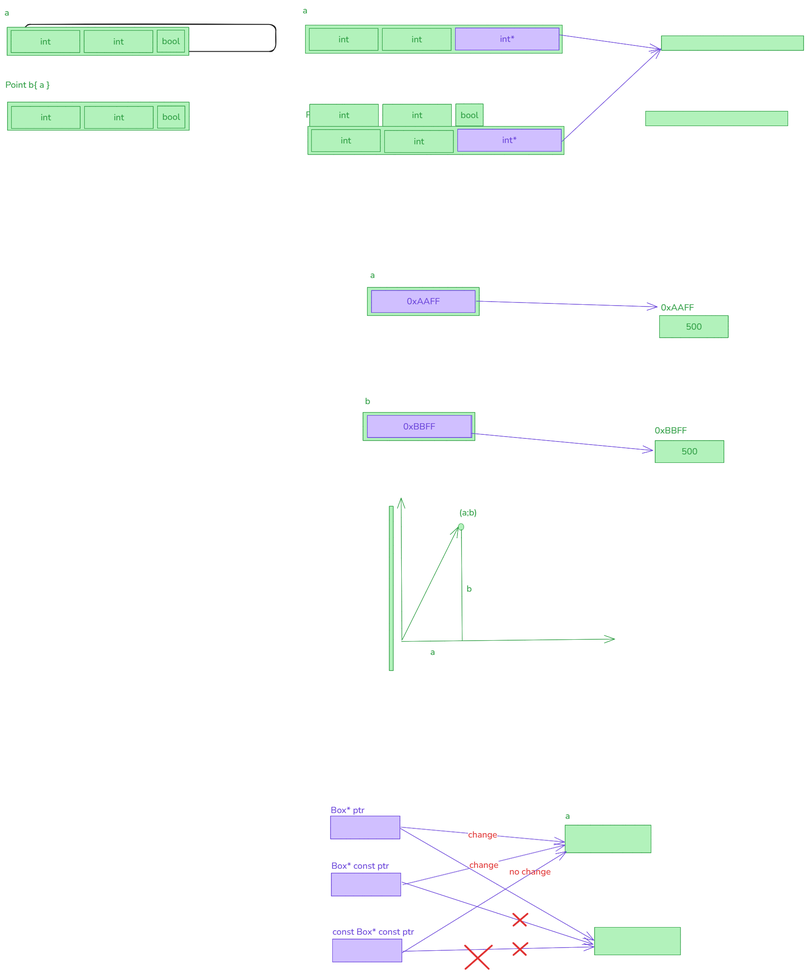
Earlier version of the Excalidraw export img/07.copy_ctor.excalidraw.png (silvercodes/P42_cpp_oop). Source tidied: one line per element, renumbered; positions are measured from the earlier drawing's top-left corner, leaving out a move shared by most shapes.
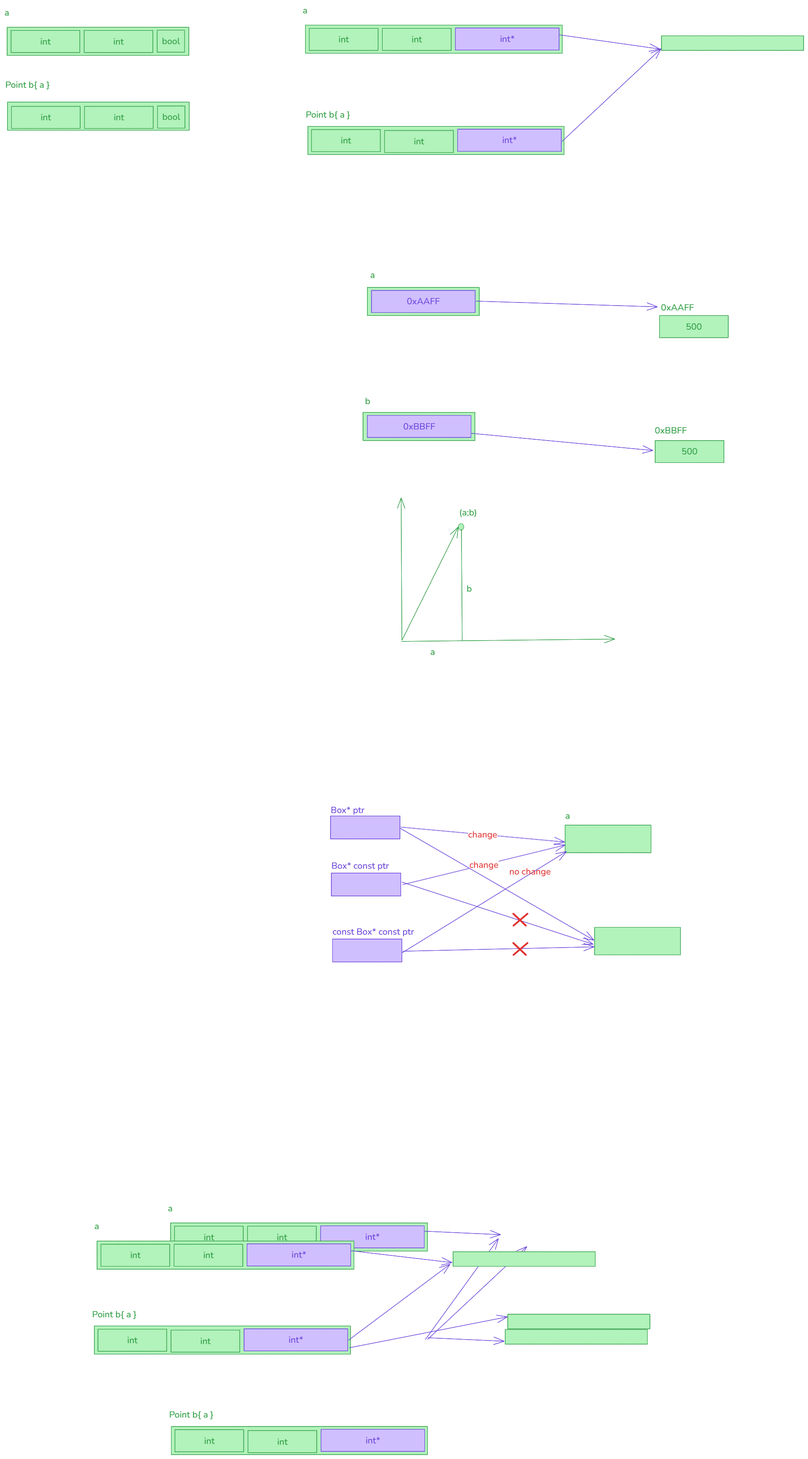
Above is the later version.

What changed in the source:
```diff
@@ -79,3 +79,21 @@
 {"id": 78, "type": "line", "strokeColor": "#e03131", "backgroundColor": "#ffc9c9", "fillStyle": "solid", "strokeWidth": 4, "roughness": 0, "x": 1174, "y": 2107, "width": 32, "height": 27, "points": [[0, 0], [-32, 27]]}
 {"id": 79, "type": "line", "strokeColor": "#e03131", "backgroundColor": "#ffc9c9", "fillStyle": "solid", "strokeWidth": 4, "roughness": 0, "x": 1142, "y": 2107, "width": 28, "height": 27, "points": [[0, 0], [28, 27]]}
 {"id": 80, "type": "text", "text": "no change", "strokeColor": "#e03131", "backgroundColor": "#ffc9c9", "fillStyle": "solid", "strokeWidth": 1, "roughness": 0, "fontSize": 20, "fontFamily": 6, "x": 1133, "y": 1933, "width": 93, "height": 27}
+{"id": 81, "type": "text", "text": "Point b{ a }", "strokeColor": "#2f9e44", "backgroundColor": "#b2f2bb", "fillStyle": "solid", "strokeWidth": 1, "roughness": 0, "fontSize": 20, "fontFamily": 6, "x": 197, "y": 2927, "width": 100, "height": 27}
+{"id": 82, "type": "rectangle", "strokeColor": "#2f9e44", "backgroundColor": "#b2f2bb", "fillStyle": "solid", "strokeWidth": 1, "roughness": 0, "x": 202, "y": 2966, "width": 575, "height": 63}
+{"id": 83, "type": "rectangle", "strokeColor": "#2f9e44", "backgroundColor": "#b2f2bb", "fillStyle": "solid", "strokeWidth": 1, "roughness": 0, "x": 210, "y": 2974, "width": 154, "height": 50}
+{"id": 84, "type": "text", "text": "int", "strokeColor": "#2f9e44", "backgroundColor": "#b2f2bb", "fillStyle": "solid", "strokeWidth": 1, "roughness": 0, "fontSize": 20, "fontFamily": 6, "textAlign": "center", "verticalAlign": "middle", "inside": 83, "x": 275, "y": 2985, "width": 23, "height": 27}
+{"id": 85, "type": "rectangle", "strokeColor": "#2f9e44", "backgroundColor": "#b2f2bb", "fillStyle": "solid", "strokeWidth": 1, "roughness": 0, "x": 374, "y": 2976, "width": 154, "height": 50}
+{"id": 86, "type": "text", "text": "int", "strokeColor": "#2f9e44", "backgroundColor": "#b2f2bb", "fillStyle": "solid", "strokeWidth": 1, "roughness": 0, "fontSize": 20, "fontFamily": 6, "textAlign": "center", "verticalAlign": "middle", "inside": 85, "x": 439, "y": 2987, "width": 23, "height": 27}
+{"id": 87, "type": "rectangle", "strokeColor": "#6741d9", "backgroundColor": "#d0bfff", "fillStyle": "solid", "strokeWidth": 1, "roughness": 0, "x": 538, "y": 2973, "width": 233, "height": 50}
+{"id": 88, "type": "text", "text": "int*", "strokeColor": "#6741d9", "backgroundColor": "#b2f2bb", "fillStyle": "solid", "strokeWidth": 1, "roughness": 0, "fontSize": 20, "fontFamily": 6, "textAlign": "center", "verticalAlign": "middle", "inside": 87, "x": 638, "y": 2984, "width": 33, "height": 27}
+{"id": 89, "type": "rectangle", "strokeColor": "#2f9e44", "backgroundColor": "#b2f2bb", "fillStyle": "solid", "strokeWidth": 1, "roughness": 0, "x": 208, "y": 2776, "width": 577, "height": 63}
+{"id": 90, "type": "rectangle", "strokeColor": "#2f9e44", "backgroundColor": "#b2f2bb", "fillStyle": "solid", "strokeWidth": 1, "roughness": 0, "x": 217, "y": 2783, "width": 154, "height": 50}
+{"id": 91, "type": "text", "text": "int", "strokeColor": "#2f9e44", "backgroundColor": "#b2f2bb", "fillStyle": "solid", "strokeWidth": 1, "roughness": 0, "fontSize": 20, "fontFamily": 6, "textAlign": "center", "verticalAlign": "middle", "inside": 90, "x": 282, "y": 2794, "width": 23, "height": 27}
+{"id": 92, "type": "rectangle", "strokeColor": "#2f9e44", "backgroundColor": "#b2f2bb", "fillStyle": "solid", "strokeWidth": 1, "roughness": 0, "x": 381, "y": 2783, "width": 154, "height": 50}
+{"id": 93, "type": "text", "text": "int", "strokeColor": "#2f9e44", "backgroundColor": "#b2f2bb", "fillStyle": "solid", "strokeWidth": 1, "roughness": 0, "fontSize": 20, "fontFamily": 6, "textAlign": "center", "verticalAlign": "middle", "inside": 92, "x": 446, "y": 2794, "width": 23, "height": 27}
+{"id": 94, "type": "rectangle", "strokeColor": "#6741d9", "backgroundColor": "#d0bfff", "fillStyle": "solid", "strokeWidth": 1, "roughness": 0, "x": 545, "y": 2782, "width": 233, "height": 50}
+{"id": 95, "type": "text", "text": "int*", "strokeColor": "#6741d9", "backgroundColor": "#b2f2bb", "fillStyle": "solid", "strokeWidth": 1, "roughness": 0, "fontSize": 20, "fontFamily": 6, "textAlign": "center", "verticalAlign": "middle", "inside": 94, "x": 645, "y": 2793, "width": 33, "height": 27}
+{"id": 96, "type": "text", "text": "a", "strokeColor": "#2f9e44", "backgroundColor": "#b2f2bb", "fillStyle": "solid", "strokeWidth": 1, "roughness": 0, "fontSize": 20, "fontFamily": 6, "x": 202, "y": 2729, "width": 11, "height": 27}
+{"id": 97, "type": "rectangle", "strokeColor": "#2f9e44", "backgroundColor": "#b2f2bb", "fillStyle": "solid", "strokeWidth": 1, "roughness": 0, "x": 1007, "y": 2800, "width": 319, "height": 33}
+{"id": 98, "type": "arrow", "strokeColor": "#6741d9", "strokeWidth": 1, "roughness": 0, "endArrowhead": "arrow", "round": true, "from": 87, "to": 97, "x": 772, "y": 2998, "width": 228, "height": 170, "points": [[0, 0], [228, -170]]}
```
